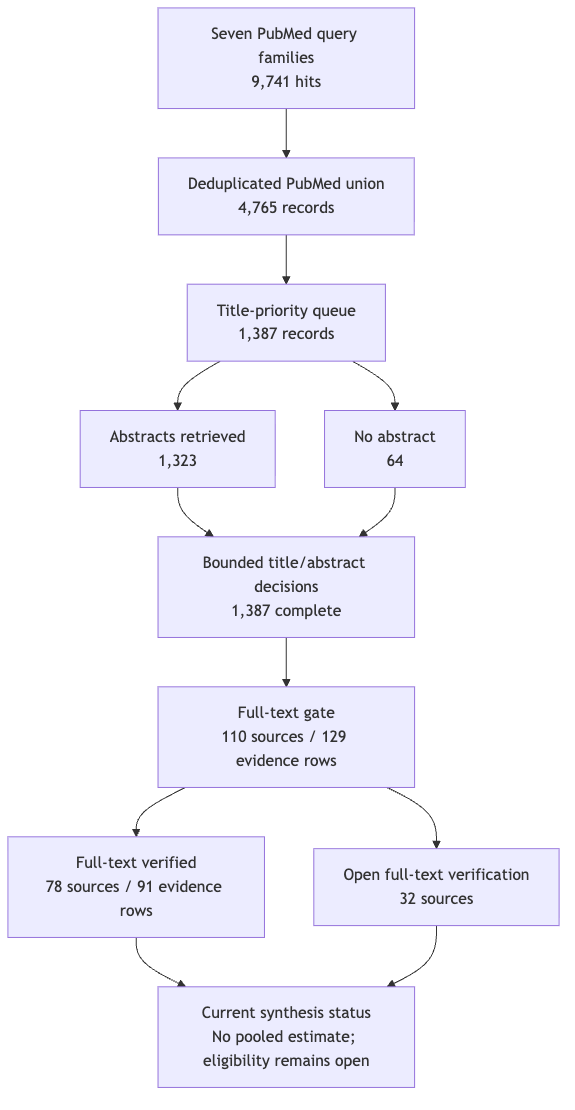
dcmcshan/artemisia keeps this Mermaid diagram as manuscript/figures/figure-3-review-flow.png. Above is the earlier version. Its source is kept beside it as manuscript/figures/figure-3-review-flow.mmd.
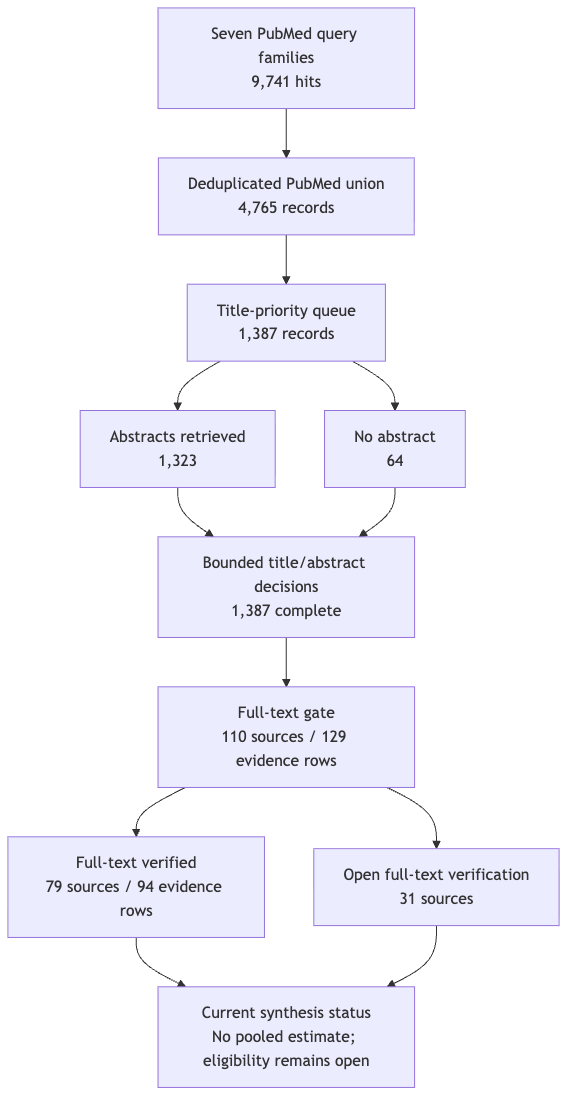
The same file after the commit.

Change to the diagram source:
```diff
@@ -6,7 +6,7 @@
   D --> F["Bounded title/abstract decisions<br/>1,387 complete"]
   E --> F
   F --> G["Full-text gate<br/>110 sources / 129 evidence rows"]
-  G --> H["Full-text verified<br/>78 sources / 91 evidence rows"]
-  G --> I["Open full-text verification<br/>32 sources"]
+  G --> H["Full-text verified<br/>79 sources / 94 evidence rows"]
+  G --> I["Open full-text verification<br/>31 sources"]
   H --> J["Current synthesis status<br/>No pooled estimate; eligibility remains open"]
   I --> J
```
